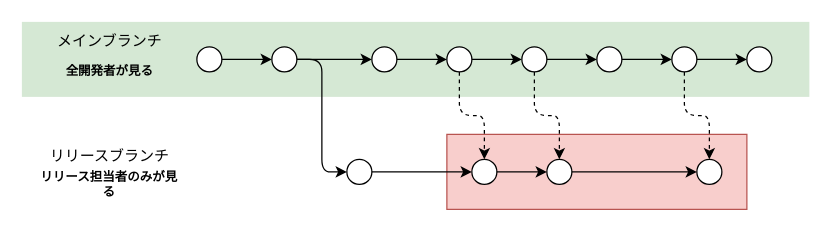
The draw.io diagram images/mobile-trunk-based-release-strategy/trunk-based-release-flow-for-project.drawio in shotaIDE/zenn, before the edit. Source tidied: cells renumbered, new cells numbered last; positions are measured from the earlier drawing's top-left corner, leaving out a move shared by most shapes. Both pictures are drawn from the tidied source at 125%, with x=0, y=0 at pixel (21, 21).
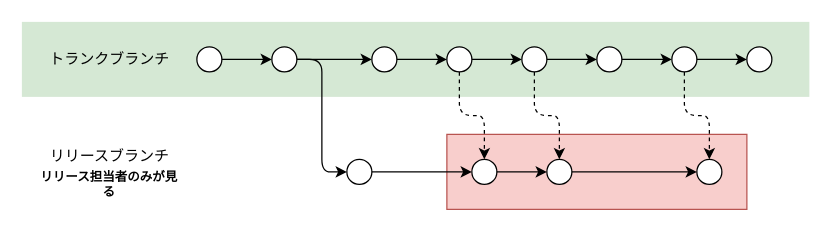
Above is the later version.

The edit, as a diff of the source:
```diff
@@
-    <mxCell id="18" style="group;" parent="1" vertex="1">
-      <mxGeometry x="14.5" y="5" width="111" height="45" as="geometry" />
-    </mxCell>
-    <mxCell id="19" value="メインブランチ" style="text;html=1;strokeColor=none;fillColor=none;align=center;verticalAlign=middle;whiteSpace=wrap;rounded=0;" parent="18" vertex="1">
-      <mxGeometry width="111" height="22.5" as="geometry" />
-    </mxCell>
-    <mxCell id="20" value="&lt;font style=&quot;font-size: 10px;&quot;&gt;&lt;b&gt;全開発者が見る&lt;/b&gt;&lt;/font&gt;" style="text;html=1;strokeColor=none;fillColor=none;align=center;verticalAlign=middle;whiteSpace=wrap;rounded=0;" parent="18" vertex="1">
-      <mxGeometry y="22.5" width="111" height="22.5" as="geometry" />
-    </mxCell>
@@
+    <mxCell id="19" value="トランクブランチ" style="text;html=1;strokeColor=none;fillColor=none;align=center;verticalAlign=middle;whiteSpace=wrap;rounded=0;" parent="1" vertex="1">
+      <mxGeometry x="14.5" y="18.8" width="111" height="22.5" as="geometry" />
+    </mxCell>
```
